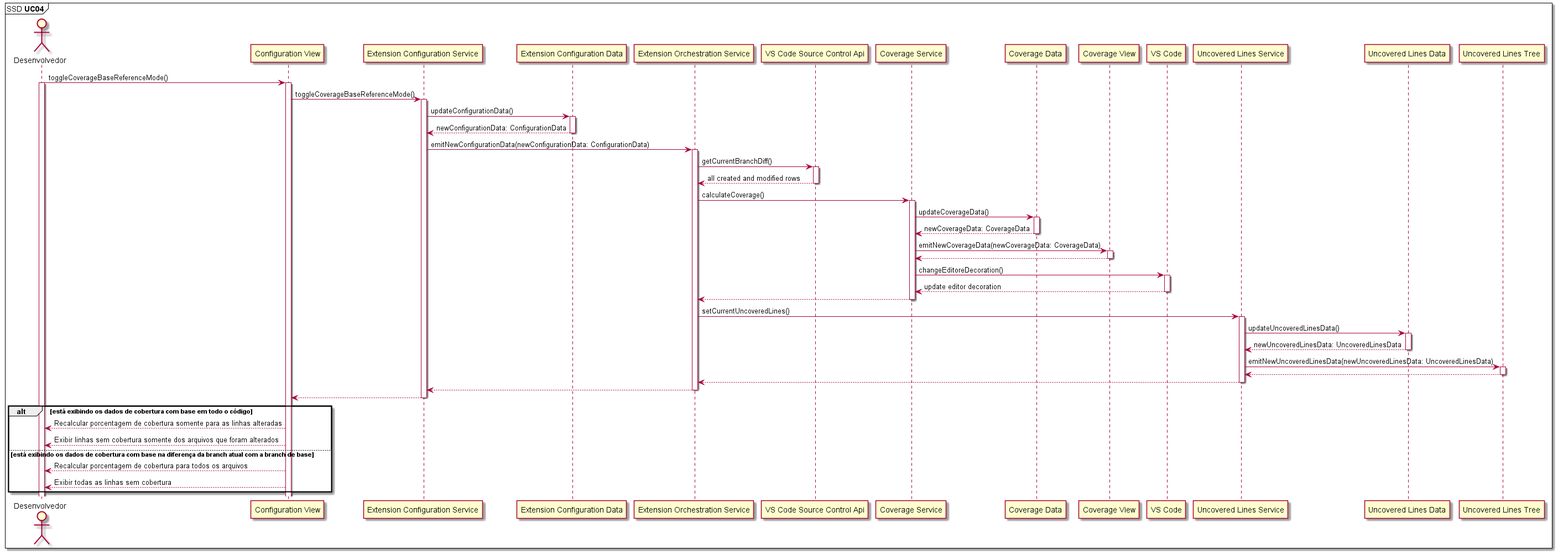
Above: Artefatos/Diagrama de Sequência/Imagens/SD-UC04.png in ICEI-PUC-Minas-PPLES-TI/plf-es-2022-1-tcci-5308100-dev-arthur-rocha-guilherme-oliveira (PlantUML), before the change.
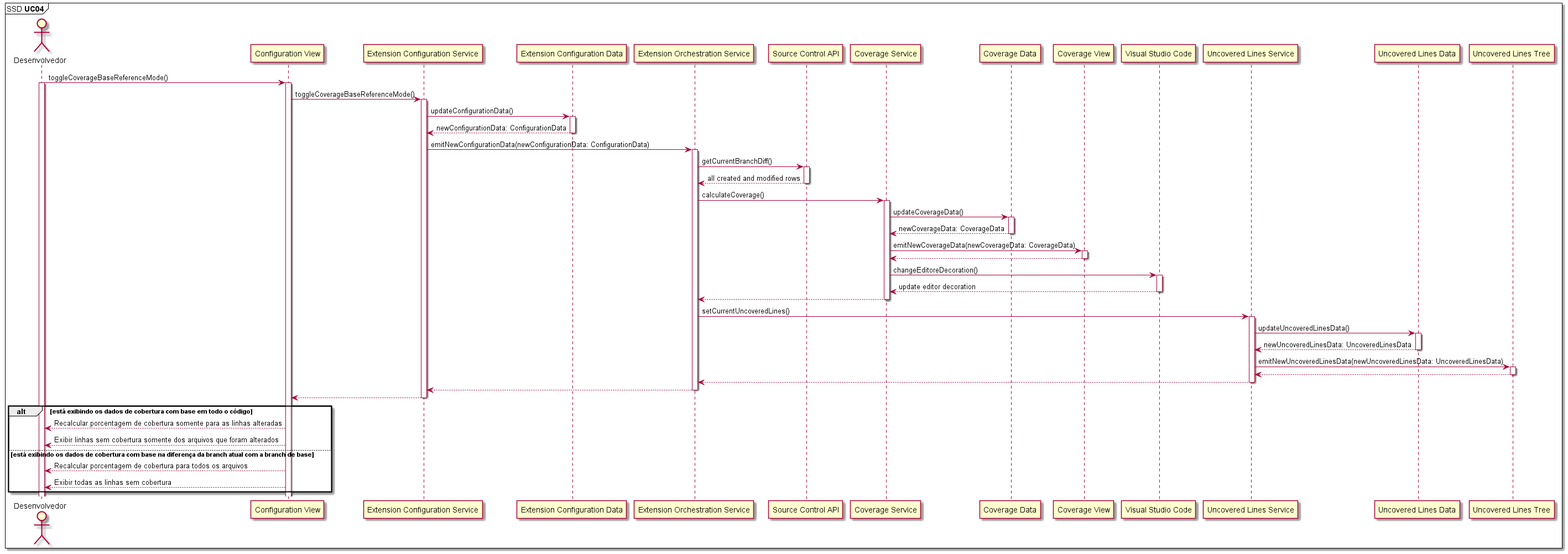
After the commit.

Commit message:
📚 docs: Change participant name

Change to the diagram source:
```diff
@@ -8,11 +8,11 @@
 participant "Extension Configuration Service" as ExtensionConfigurationService
 participant "Extension Configuration Data" as ExtensionConfigurationData
 participant "Extension Orchestration Service" as ExtensionOrchestrationService
-participant "VS Code Source Control Api" as VSCodeSourceControlAPI
+participant "Source Control API" as VSCodeSourceControlAPI
 participant "Coverage Service" as CoverageService
 participant "Coverage Data" as CoverageData
 participant "Coverage View" as CoverageView
-participant "VS Code" as VSCode
+participant "Visual Studio Code" as VSCode
 participant "Uncovered Lines Service" as UncoveredLinesService
 participant "Uncovered Lines Data" as UncoveredLinesData
 participant "Uncovered Lines Tree" as UncoveredLinesTree
```
